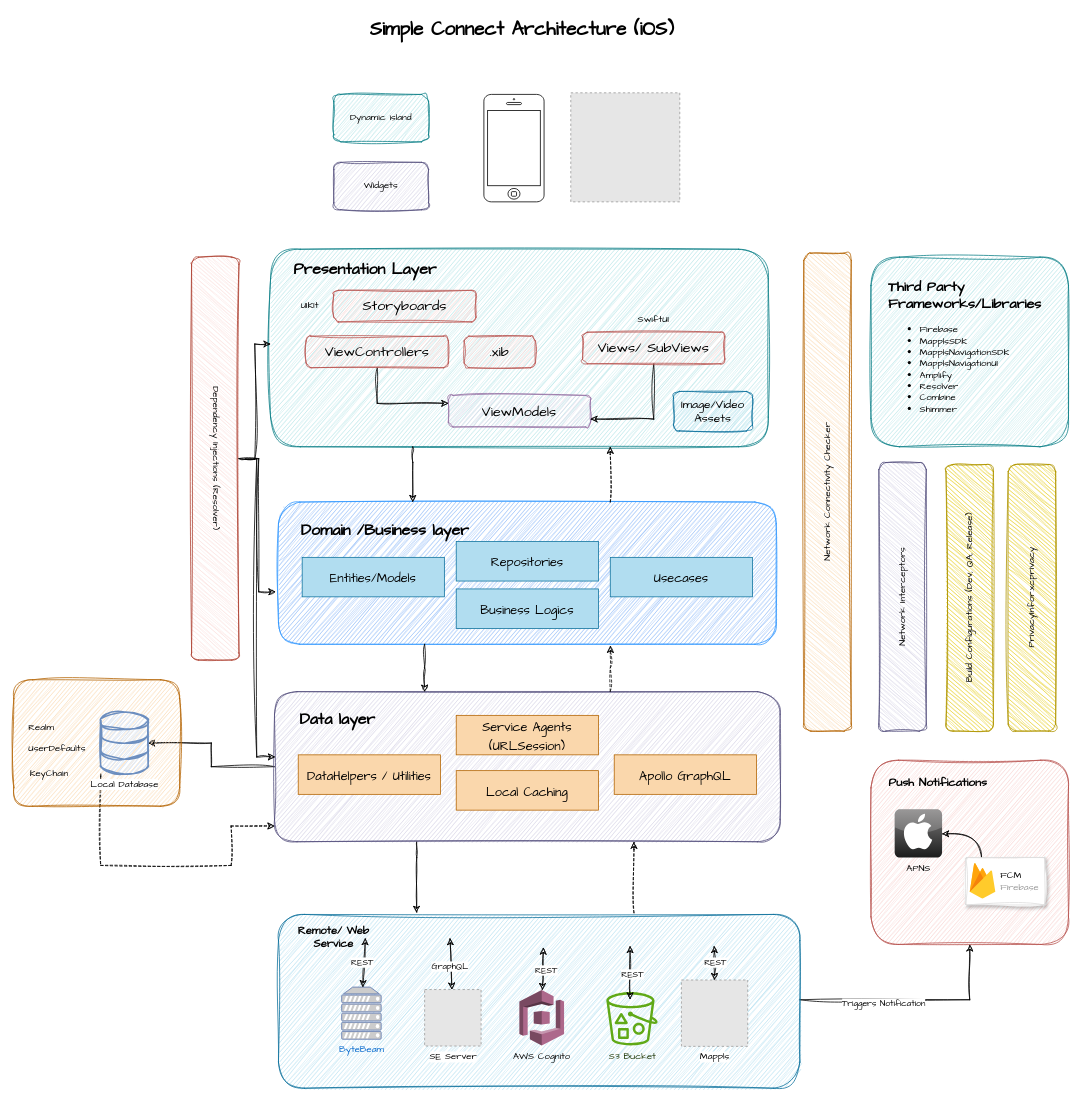
Earlier version of the draw.io diagram page "Page-2" (2 of 3) of SimpleConnectArchitecture.drawio (nandhakumar-c/testproject). Source tidied: cells renumbered, new cells numbered last; positions are measured from the earlier drawing's top-left corner, leaving out a move shared by most shapes. Both pictures are drawn from the tidied source at 79%, with x=0, y=0 at pixel (13, 13). Pictures stored in the file or linked from it are replaced by grey dashed boxes.
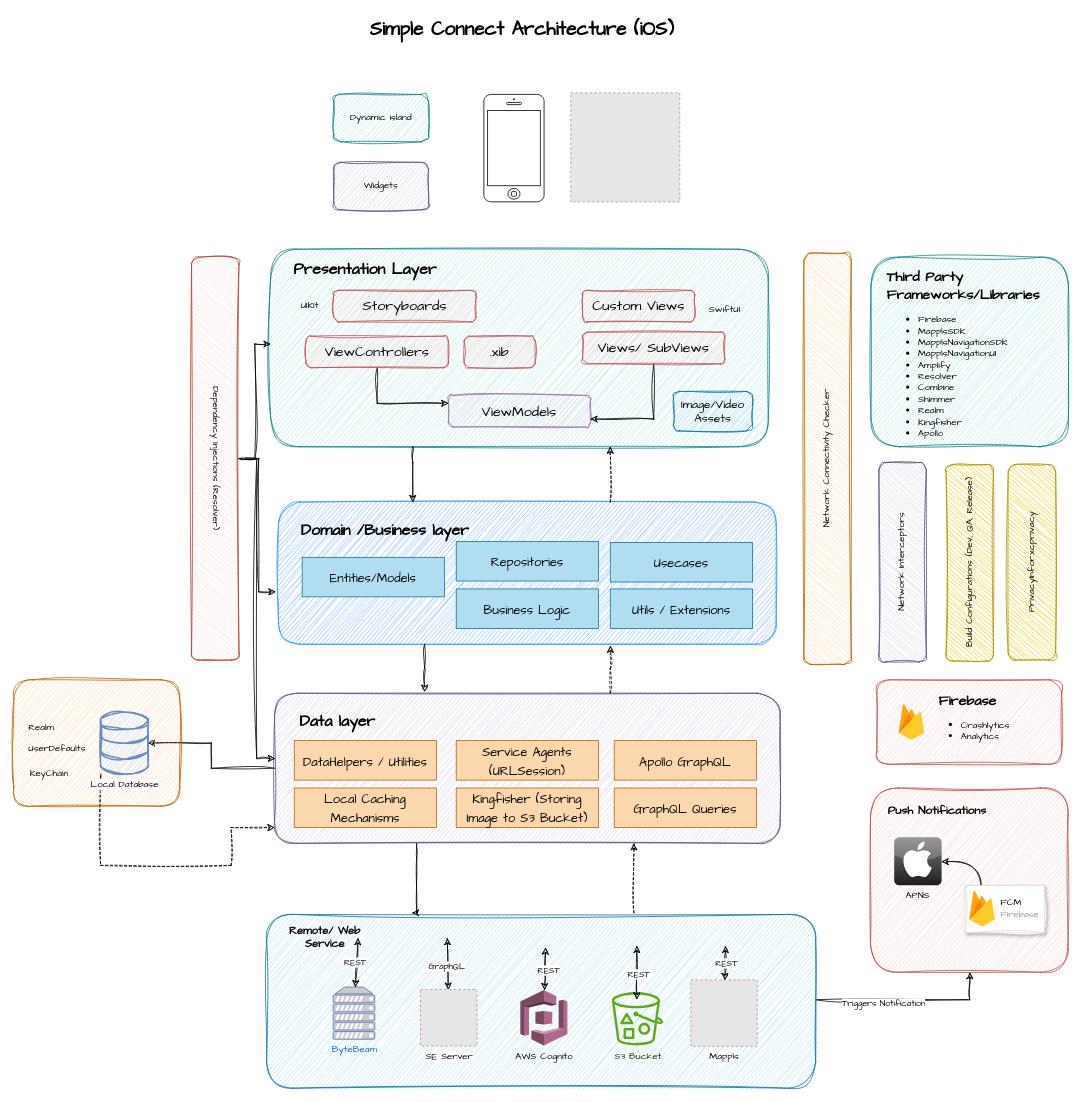
The same page after the edit.

What changed in the source:
```diff
@@
     <mxCell id="16" style="group;" parent="1" vertex="1">
-      <mxGeometry x="330" y="858" width="640" height="190" as="geometry" />
+      <mxGeometry x="330" y="860" width="640" height="190" as="geometry" />
     </mxCell>
@@
     <mxCell id="19" value="&lt;span style=&quot;font-weight: normal;&quot;&gt;&lt;font style=&quot;font-size: 16px;&quot;&gt;DataHelpers / Utilities&lt;/font&gt;&lt;/span&gt;" style="text;html=1;align=center;verticalAlign=middle;whiteSpace=wrap;rounded=0;fontFamily=Architects Daughter;fontSize=20;fontStyle=1;fillColor=#fad7ac;strokeColor=#b46504;" parent="16" vertex="1">
-      <mxGeometry x="30" y="80" width="180" height="50" as="geometry" />
+      <mxGeometry x="25" y="60" width="180" height="50" as="geometry" />
     </mxCell>
     <mxCell id="20" value="&lt;span style=&quot;font-size: 16px; font-weight: 400;&quot;&gt;Service Agents&lt;br&gt;(URLSession)&lt;/span&gt;" style="text;html=1;align=center;verticalAlign=middle;whiteSpace=wrap;rounded=0;fontFamily=Architects Daughter;fontSize=20;fontStyle=1;fillColor=#fad7ac;strokeColor=#b46504;" parent="16" vertex="1">
-      <mxGeometry x="230" y="30" width="180" height="50" as="geometry" />
+      <mxGeometry x="230" y="60" width="180" height="50" as="geometry" />
     </mxCell>
     <mxCell id="21" value="&lt;span style=&quot;font-size: 16px; font-weight: 400;&quot;&gt;Apollo GraphQL&lt;/span&gt;" style="text;html=1;align=center;verticalAlign=middle;whiteSpace=wrap;rounded=0;fontFamily=Architects Daughter;fontSize=20;fontStyle=1;fillColor=#fad7ac;strokeColor=#b46504;" parent="16" vertex="1">
-      <mxGeometry x="430" y="80" width="180" height="50" as="geometry" />
+      <mxGeometry x="430" y="60" width="180" height="50" as="geometry" />
     </mxCell>
-    <mxCell id="22" value="&lt;span style=&quot;font-size: 16px; font-weight: 400;&quot;&gt;Local Caching&lt;/span&gt;" style="text;html=1;align=center;verticalAlign=middle;whiteSpace=wrap;rounded=0;fontFamily=Architects Daughter;fontSize=20;fontStyle=1;fillColor=#fad7ac;strokeColor=#b46504;" parent="16" vertex="1">
-      <mxGeometry x="230" y="100" width="180" height="50" as="geometry" />
+    <mxCell id="22" value="&lt;span style=&quot;font-size: 16px; font-weight: 400;&quot;&gt;Local Caching Mechanisms&lt;/span&gt;" style="text;html=1;align=center;verticalAlign=middle;whiteSpace=wrap;rounded=0;fontFamily=Architects Daughter;fontSize=20;fontStyle=1;fillColor=#fad7ac;strokeColor=#b46504;" parent="16" vertex="1">
+      <mxGeometry x="25" y="120" width="180" height="50" as="geometry" />
     </mxCell>
+    <mxCell id="83" value="&lt;font size=&quot;3&quot;&gt;&lt;span style=&quot;font-weight: 400;&quot;&gt;Kingfisher (Storing Image to S3 Bucket)&lt;/span&gt;&lt;/font&gt;" style="text;html=1;align=center;verticalAlign=middle;whiteSpace=wrap;rounded=0;fontFamily=Architects Daughter;fontSize=20;fontStyle=1;fillColor=#fad7ac;strokeColor=#b46504;" parent="16" vertex="1">
+      <mxGeometry x="230" y="120" width="180" height="50" as="geometry" />
+    </mxCell>
+    <mxCell id="84" value="&lt;span style=&quot;font-size: 16px; font-weight: 400;&quot;&gt;GraphQL Queries&lt;/span&gt;" style="text;html=1;align=center;verticalAlign=middle;whiteSpace=wrap;rounded=0;fontFamily=Architects Daughter;fontSize=20;fontStyle=1;fillColor=#fad7ac;strokeColor=#b46504;" parent="16" vertex="1">
+      <mxGeometry x="430" y="120" width="180" height="50" as="geometry" />
+    </mxCell>
     <mxCell id="23" style="group;" parent="1" vertex="1">
-      <mxGeometry x="1085" y="944.8" width="250" height="233.2" as="geometry" />
+      <mxGeometry x="1084.4" y="980" width="250" height="233.2" as="geometry" />
     </mxCell>
@@
     <mxCell id="30" style="group;" parent="1" vertex="1">
-      <mxGeometry x="335" y="1140" width="660" height="220" as="geometry" />
+      <mxGeometry x="320" y="1140" width="695" height="220" as="geometry" />
     </mxCell>
     <mxCell id="31" style="rounded=1;whiteSpace=wrap;html=1;sketch=1;hachureGap=4;jiggle=2;curveFitting=1;fontFamily=Architects Daughter;fillColor=#b1ddf0;strokeColor=#10739e;" parent="30" vertex="1">
-      <mxGeometry width="660" height="220" as="geometry" />
+      <mxGeometry width="695" height="220" as="geometry" />
     </mxCell>
     <mxCell id="32" value="ByteBeam" style="fontColor=#0066CC;verticalAlign=top;verticalLabelPosition=bottom;labelPosition=center;align=center;html=1;outlineConnect=0;fillColor=#CCCCCC;strokeColor=#6881B3;gradientColor=none;gradientDirection=north;strokeWidth=2;shape=mxgraph.networks.server;hachureGap=4;fontFamily=Architects Daughter;" parent="30" vertex="1">
-      <mxGeometry x="80" y="92" width="50" height="66" as="geometry" />
+      <mxGeometry x="84.2" y="92" width="52.7" height="66" as="geometry" />
     </mxCell>
     <mxCell id="33" value="AWS Cognito" style="outlineConnect=0;dashed=0;verticalLabelPosition=bottom;verticalAlign=top;align=center;html=1;shape=mxgraph.aws3.cognito;fillColor=#AD688B;gradientColor=none;hachureGap=4;fontFamily=Architects Daughter;" parent="30" vertex="1">
-      <mxGeometry x="305" y="95.8" width="56.5" height="70" as="geometry" />
+      <mxGeometry x="321.2" y="95.8" width="59.5" height="70" as="geometry" />
     </mxCell>
     <mxCell id="34" value="&lt;font color=&quot;#1a3300&quot;&gt;S3 Bucket&lt;/font&gt;" style="fillColor=#60a917;strokeColor=#2D7600;dashed=0;verticalLabelPosition=bottom;verticalAlign=top;align=center;html=1;fontSize=12;fontStyle=0;shape=mxgraph.aws4.bucket_with_objects;hachureGap=4;fontFamily=Architects Daughter;fontColor=#ffffff;" parent="30" vertex="1">
-      <mxGeometry x="415" y="98.2" width="65" height="67.6" as="geometry" />
+      <mxGeometry x="437" y="98.2" width="65" height="67.6" as="geometry" />
     </mxCell>
     <mxCell id="35" value="Mappls" style="fillColor=#E6E6E6;strokeColor=#999999;dashed=1;html=1;verticalAlign=top;verticalLabelPosition=bottom;labelBackgroundColor=#ffffff;fontFamily=Architects Daughter;" parent="30" vertex="1">
-      <mxGeometry x="510" y="83" width="84" height="84" as="geometry" />
+      <mxGeometry x="537" y="83" width="84" height="84" as="geometry" />
     </mxCell>
     <mxCell id="36" style="endArrow=classic;startArrow=classic;html=1;rounded=0;sketch=1;hachureGap=4;jiggle=2;curveFitting=1;fontFamily=Architects Daughter;" parent="30" edge="1" source="32">
       <mxGeometry relative="1" as="geometry">
-        <mxPoint x="110" y="30" as="targetPoint" />
+        <mxPoint x="115.8" y="30" as="targetPoint" />
       </mxGeometry>
     </mxCell>
@@
     <mxCell id="40" style="endArrow=classic;startArrow=classic;html=1;rounded=0;sketch=1;hachureGap=4;jiggle=2;curveFitting=1;fontFamily=Architects Daughter;" parent="30" edge="1">
       <mxGeometry relative="1" as="geometry">
-        <mxPoint x="445" y="107.6" as="sourcePoint" />
-        <mxPoint x="445" y="40" as="targetPoint" />
+        <mxPoint x="468.6" y="107.6" as="sourcePoint" />
+        <mxPoint x="468.6" y="40" as="targetPoint" />
       </mxGeometry>
     </mxCell>
@@
     <mxCell id="42" style="endArrow=classic;startArrow=classic;html=1;rounded=0;sketch=1;hachureGap=4;jiggle=2;curveFitting=1;fontFamily=Architects Daughter;" parent="30" edge="1" source="35">
       <mxGeometry relative="1" as="geometry">
-        <mxPoint x="551.6" y="40" as="targetPoint" />
+        <mxPoint x="580.8" y="40" as="targetPoint" />
       </mxGeometry>
     </mxCell>
@@
     <mxCell id="44" value="Remote/ Web Service" style="text;html=1;align=center;verticalAlign=middle;whiteSpace=wrap;rounded=0;fontFamily=Architects Daughter;fontSize=14;fontStyle=1;" parent="30" vertex="1">
-      <mxGeometry x="10" y="18.5" width="120" height="21.5" as="geometry" />
+      <mxGeometry x="10.5" y="18.5" width="126.4" height="21.5" as="geometry" />
     </mxCell>
     <mxCell id="45" value="SE Server" style="fillColor=#E6E6E6;strokeColor=#999999;dashed=1;html=1;verticalAlign=top;verticalLabelPosition=bottom;labelBackgroundColor=#ffffff;fontFamily=Architects Daughter;" parent="30" vertex="1">
-      <mxGeometry x="185" y="95.1" width="71.5" height="71.5" as="geometry" />
+      <mxGeometry x="194.8" y="95.1" width="71.5" height="71.5" as="geometry" />
     </mxCell>
     <mxCell id="46" style="endArrow=classic;startArrow=classic;html=1;rounded=0;sketch=1;hachureGap=4;jiggle=2;curveFitting=1;fontFamily=Architects Daughter;" parent="30" edge="1" source="45">
       <mxGeometry relative="1" as="geometry">
-        <mxPoint x="217.2" y="30" as="targetPoint" />
+        <mxPoint x="228.7" y="30" as="targetPoint" />
       </mxGeometry>
     </mxCell>
@@
     <mxCell id="50" value="&lt;span style=&quot;font-size: 16px; font-weight: 400;&quot;&gt;Usecases&lt;/span&gt;" style="text;html=1;align=center;verticalAlign=middle;whiteSpace=wrap;rounded=0;fontFamily=Architects Daughter;fontSize=20;fontStyle=1;fillColor=#b1ddf0;strokeColor=#10739e;" parent="1" vertex="1">
-      <mxGeometry x="755" y="688" width="180" height="50" as="geometry" />
+      <mxGeometry x="755" y="669.2" width="180" height="50" as="geometry" />
     </mxCell>
@@
     <mxCell id="62" value="SwiftUI" style="text;html=1;align=center;verticalAlign=middle;whiteSpace=wrap;rounded=0;fontFamily=Architects Daughter;" parent="1" vertex="1">
-      <mxGeometry x="780" y="373" width="60" height="30" as="geometry" />
+      <mxGeometry x="870" y="360" width="60" height="30" as="geometry" />
     </mxCell>
@@
     <mxCell id="65" value="Network Connectivity Checker" style="rounded=1;whiteSpace=wrap;html=1;sketch=1;hachureGap=4;jiggle=2;curveFitting=1;fontFamily=Architects Daughter;rotation=-90;direction=east;fillColor=#fad7ac;strokeColor=#b46504;" parent="1" vertex="1">
-      <mxGeometry x="727.5" y="575.5" width="605" height="60" as="geometry" />
+      <mxGeometry x="769.7" y="533.3" width="520.6" height="60" as="geometry" />
     </mxCell>
@@
-    <mxCell id="67" value="&lt;h2 style=&quot;margin-top: 0px;&quot;&gt;Third Party Frameworks/Libraries&lt;/h2&gt;&lt;p&gt;&lt;/p&gt;&lt;ul&gt;&lt;li style=&quot;text-align: justify;&quot;&gt;&lt;span style=&quot;background-color: initial;&quot;&gt;Firebase&lt;/span&gt;&lt;/li&gt;&lt;li style=&quot;text-align: justify;&quot;&gt;&lt;span style=&quot;background-color: initial;&quot;&gt;MapplsSDK&lt;/span&gt;&lt;/li&gt;&lt;li style=&quot;text-align: justify;&quot;&gt;&lt;span style=&quot;background-color: initial;&quot;&gt;MapplsNavigationSDK&lt;/span&gt;&lt;/li&gt;&lt;li style=&quot;text-align: justify;&quot;&gt;&lt;span style=&quot;background-color: initial;&quot;&gt;MapplsNavigationUI&lt;/span&gt;&lt;/li&gt;&lt;li style=&quot;text-align: justify;&quot;&gt;&lt;span style=&quot;background-color: initial;&quot;&gt;Amplify&lt;/span&gt;&lt;/li&gt;&lt;li style=&quot;text-align: justify;&quot;&gt;&lt;span style=&quot;background-color: initial;&quot;&gt;Resolver&lt;/span&gt;&lt;/li&gt;&lt;li style=&quot;text-align: justify;&quot;&gt;&lt;span style=&quot;background-color: initial;&quot;&gt;Combine&lt;/span&gt;&lt;/li&gt;&lt;li style=&quot;text-align: justify;&quot;&gt;&lt;span style=&quot;background-color: initial;&quot;&gt;Shimmer&lt;/span&gt;&lt;/li&gt;&lt;/ul&gt;&lt;p&gt;&lt;/p&gt;&lt;p&gt;&lt;br&gt;&lt;/p&gt;" style="text;html=1;whiteSpace=wrap;overflow=hidden;rounded=0;fontFamily=Architects Daughter;" parent="1" vertex="1">
-      <mxGeometry x="1105" y="328" width="210" height="200" as="geometry" />
+    <mxCell id="67" value="&lt;h2 style=&quot;margin-top: 0px;&quot;&gt;Third Party Frameworks/Libraries&lt;/h2&gt;&lt;p&gt;&lt;/p&gt;&lt;ul&gt;&lt;li style=&quot;text-align: justify;&quot;&gt;&lt;span style=&quot;background-color: initial;&quot;&gt;Firebase&lt;/span&gt;&lt;/li&gt;&lt;li style=&quot;text-align: justify;&quot;&gt;&lt;span style=&quot;background-color: initial;&quot;&gt;MapplsSDK&lt;/span&gt;&lt;/li&gt;&lt;li style=&quot;text-align: justify;&quot;&gt;&lt;span style=&quot;background-color: initial;&quot;&gt;MapplsNavigationSDK&lt;/span&gt;&lt;/li&gt;&lt;li style=&quot;text-align: justify;&quot;&gt;&lt;span style=&quot;background-color: initial;&quot;&gt;MapplsNavigationUI&lt;/span&gt;&lt;/li&gt;&lt;li style=&quot;text-align: justify;&quot;&gt;&lt;span style=&quot;background-color: initial;&quot;&gt;Amplify&lt;/span&gt;&lt;/li&gt;&lt;li style=&quot;text-align: justify;&quot;&gt;&lt;span style=&quot;background-color: initial;&quot;&gt;Resolver&lt;/span&gt;&lt;/li&gt;&lt;li style=&quot;text-align: justify;&quot;&gt;&lt;span style=&quot;background-color: initial;&quot;&gt;Combine&lt;/span&gt;&lt;/li&gt;&lt;li style=&quot;text-align: justify;&quot;&gt;&lt;span style=&quot;background-color: initial;&quot;&gt;Shimmer&lt;/span&gt;&lt;/li&gt;&lt;li style=&quot;text-align: justify;&quot;&gt;&lt;span style=&quot;background-color: initial;&quot;&gt;Realm&lt;/span&gt;&lt;/li&gt;&lt;li style=&quot;text-align: justify;&quot;&gt;&lt;span style=&quot;background-color: initial;&quot;&gt;Kingfisher&lt;/span&gt;&lt;/li&gt;&lt;li style=&quot;text-align: justify;&quot;&gt;&lt;span style=&quot;background-color: initial;&quot;&gt;Apollo&lt;/span&gt;&lt;/li&gt;&lt;/ul&gt;&lt;p&gt;&lt;/p&gt;&lt;p&gt;&lt;br&gt;&lt;/p&gt;" style="text;html=1;whiteSpace=wrap;overflow=hidden;rounded=0;fontFamily=Architects Daughter;" parent="1" vertex="1">
+      <mxGeometry x="1102.5" y="316" width="217.5" height="224" as="geometry" />
     </mxCell>
@@
-    <mxCell id="75" value="&lt;span style=&quot;font-size: 16px; font-weight: 400;&quot;&gt;Business Logics&lt;/span&gt;" style="text;html=1;align=center;verticalAlign=middle;whiteSpace=wrap;rounded=0;fontFamily=Architects Daughter;fontSize=20;fontStyle=1;fillColor=#b1ddf0;strokeColor=#10739e;" parent="1" vertex="1">
+    <mxCell id="75" value="&lt;span style=&quot;font-size: 16px; font-weight: 400;&quot;&gt;Business Logic&lt;/span&gt;" style="text;html=1;align=center;verticalAlign=middle;whiteSpace=wrap;rounded=0;fontFamily=Architects Daughter;fontSize=20;fontStyle=1;fillColor=#b1ddf0;strokeColor=#10739e;" parent="1" vertex="1">
       <mxGeometry x="560" y="728" width="180" height="50" as="geometry" />
     </mxCell>
@@
     <mxCell id="79" value="Network Interceptors" style="rounded=1;whiteSpace=wrap;html=1;sketch=1;hachureGap=4;jiggle=2;curveFitting=1;fontFamily=Architects Daughter;rotation=-90;direction=east;fillColor=#d0cee2;strokeColor=#56517e;" parent="1" vertex="1">
-      <mxGeometry x="955" y="708" width="340" height="60" as="geometry" />
+      <mxGeometry x="998.8" y="664.2" width="252.5" height="60" as="geometry" />
     </mxCell>
@@
     <mxCell id="81" value="Build Configurations (Dev, QA, Release)" style="rounded=1;whiteSpace=wrap;html=1;sketch=1;hachureGap=4;jiggle=2;curveFitting=1;fontFamily=Architects Daughter;rotation=-90;direction=east;fillColor=#e3c800;strokeColor=#B09500;fontColor=#000000;" parent="1" vertex="1">
-      <mxGeometry x="1041.2" y="709.2" width="337.5" height="60" as="geometry" />
+      <mxGeometry x="1085.6" y="664.9" width="248.8" height="60" as="geometry" />
     </mxCell>
     <mxCell id="82" value="PrivacyInfor.xcprivacy" style="rounded=1;whiteSpace=wrap;html=1;sketch=1;hachureGap=4;jiggle=2;curveFitting=1;fontFamily=Architects Daughter;rotation=-90;direction=east;fillColor=#e3c800;strokeColor=#B09500;fontColor=#000000;" parent="1" vertex="1">
-      <mxGeometry x="1120" y="709.2" width="337.5" height="60" as="geometry" />
+      <mxGeometry x="1165" y="664.2" width="247.5" height="60" as="geometry" />
     </mxCell>
+    <mxCell id="85" style="rounded=1;whiteSpace=wrap;html=1;sketch=1;hachureGap=4;jiggle=2;curveFitting=1;fontFamily=Architects Daughter;fillColor=#f8cecc;strokeColor=#b85450;" parent="1" vertex="1">
+      <mxGeometry x="1092.4" y="843" width="234" height="107" as="geometry" />
+    </mxCell>
+    <mxCell id="86" style="sketch=0;dashed=0;html=1;shape=mxgraph.gcp2.firebase;labelPosition=right;verticalLabelPosition=middle;align=left;verticalAlign=middle;spacingLeft=5;fontSize=12;hachureGap=4;jiggle=2;curveFitting=1;fontFamily=Architects Daughter;fillColor=#f5f5f5;fontColor=#333333;strokeColor=#666666;" parent="1" vertex="1">
+      <mxGeometry x="1120" y="874" width="32.4" height="45" as="geometry">
+        <mxPoint x="5" y="7" as="offset" />
+      </mxGeometry>
+    </mxCell>
+    <mxCell id="87" value="&lt;b&gt;&lt;font style=&quot;font-size: 18px;&quot;&gt;Firebase&lt;/font&gt;&lt;/b&gt;&amp;nbsp;&lt;div&gt;&lt;div style=&quot;text-align: left;&quot;&gt;&lt;ul&gt;&lt;li&gt;&lt;span style=&quot;font-size: 12px;&quot;&gt;Crashlytics&lt;/span&gt;&lt;br&gt;&lt;/li&gt;&lt;li&gt;&lt;span style=&quot;font-size: 12px;&quot;&gt;Analytics&lt;/span&gt;&lt;br&gt;&lt;/li&gt;&lt;/ul&gt;&lt;/div&gt;&lt;/div&gt;" style="text;html=1;align=center;verticalAlign=middle;whiteSpace=wrap;rounded=0;fontFamily=Architects Daughter;" parent="1" vertex="1">
+      <mxGeometry x="1139.1" y="856.5" width="141.8" height="80" as="geometry" />
+    </mxCell>
+    <mxCell id="88" value="Custom Views" style="rounded=1;whiteSpace=wrap;html=1;sketch=1;hachureGap=4;jiggle=2;curveFitting=1;fontFamily=Architects Daughter;fontSize=18;fillColor=#f8cecc;strokeColor=#b85450;" parent="1" vertex="1">
+      <mxGeometry x="720" y="350" width="141.9" height="40" as="geometry" />
+    </mxCell>
+    <mxCell id="89" value="&lt;font size=&quot;3&quot;&gt;&lt;span style=&quot;font-weight: 400;&quot;&gt;Utils / Extensions&lt;/span&gt;&lt;/font&gt;" style="text;html=1;align=center;verticalAlign=middle;whiteSpace=wrap;rounded=0;fontFamily=Architects Daughter;fontSize=20;fontStyle=1;fillColor=#b1ddf0;strokeColor=#10739e;" parent="1" vertex="1">
+      <mxGeometry x="755" y="728" width="180" height="50" as="geometry" />
+    </mxCell>
```
